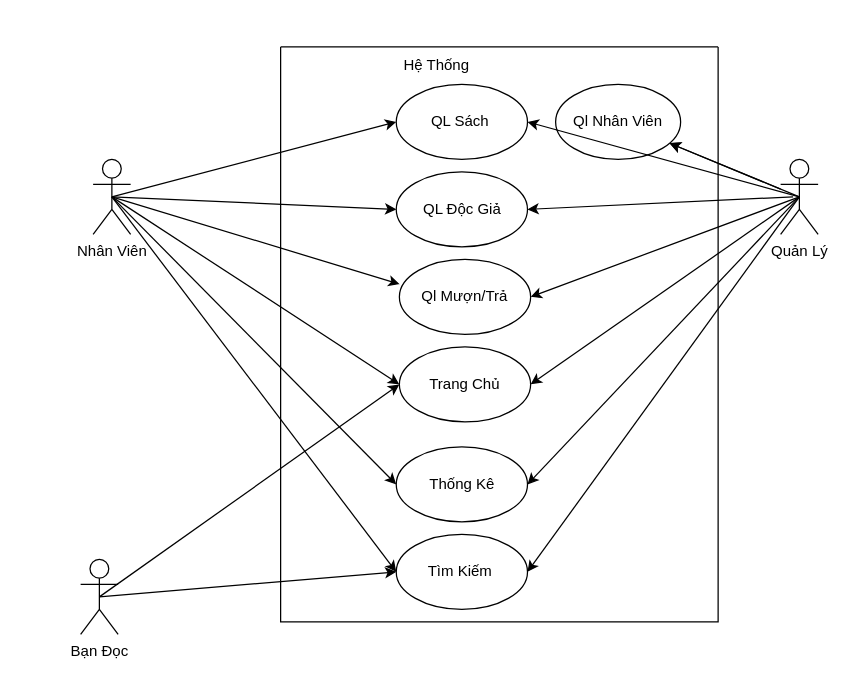
Above: page "USE CASE" (3 of 3) of Untitled Diagram.drawio in Ho-Nguyen-Quoc/Du_An_1 (draw.io), before the change. Source tidied: cells renumbered, new cells numbered last; positions are measured from the earlier drawing's top-left corner, leaving out a move shared by most shapes. Both pictures are drawn from the tidied source at 125%, with x=0, y=0 at pixel (80, 46).
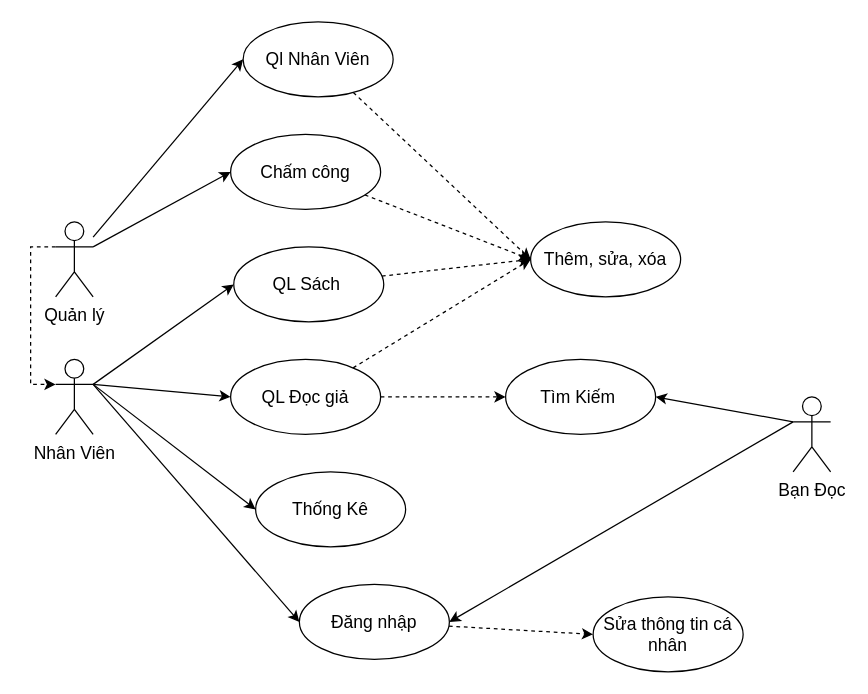
After the change.

The edit, as a diff of the source:
```diff
@@
-    <mxCell id="2" style="rounded=0;jettySize=auto;html=1;entryX=0;entryY=0.5;entryDx=0;entryDy=0;labelBackgroundColor=default;fontColor=default;strokeColor=default;exitX=0.5;exitY=0.5;exitDx=0;exitDy=0;exitPerimeter=0;" parent="1" edge="1" source="3" target="10">
+    <mxCell id="2" style="rounded=0;jettySize=auto;html=1;entryX=0;entryY=0.5;entryDx=0;entryDy=0;labelBackgroundColor=default;fontColor=default;strokeColor=default;exitX=1;exitY=0.3333333333333333;exitDx=0;exitDy=0;exitPerimeter=0;" parent="1" edge="1" source="3" target="10">
       <mxGeometry relative="1" as="geometry" />
     </mxCell>
+    <mxCell id="30" style="edgeStyle=none;rounded=0;jettySize=auto;html=1;exitX=1;exitY=0.3333333333333333;exitDx=0;exitDy=0;exitPerimeter=0;entryX=0;entryY=0.5;entryDx=0;entryDy=0;fontSize=14;" parent="1" edge="1" source="3" target="40">
+      <mxGeometry relative="1" as="geometry" />
+    </mxCell>
-    <mxCell id="3" value="Nhân Viên" style="shape=umlActor;verticalLabelPosition=bottom;verticalAlign=top;html=1;fillColor=default;strokeColor=default;fontColor=default;" parent="1" vertex="1">
-      <mxGeometry x="10" y="90" width="30" height="60" as="geometry" />
+    <mxCell id="3" value="Nhân Viên" style="shape=umlActor;verticalLabelPosition=bottom;verticalAlign=top;html=1;fillColor=default;strokeColor=default;fontColor=default;fontSize=14;" parent="1" vertex="1">
+      <mxGeometry x="-20" y="250" width="30" height="60" as="geometry" />
     </mxCell>
-    <mxCell id="4" style="edgeStyle=none;rounded=0;jettySize=auto;html=1;labelBackgroundColor=default;fontColor=default;strokeColor=default;" parent="1" edge="1" source="6" target="16">
-      <mxGeometry relative="1" as="geometry" />
-    </mxCell>
-    <mxCell id="5" style="edgeStyle=none;rounded=0;jettySize=auto;html=1;labelBackgroundColor=default;fontColor=default;strokeColor=default;exitX=0.5;exitY=0.5;exitDx=0;exitDy=0;exitPerimeter=0;" parent="1" edge="1" source="6" target="16">
-      <mxGeometry relative="1" as="geometry" />
-    </mxCell>
-    <mxCell id="6" value="Quản Lý" style="shape=umlActor;verticalLabelPosition=bottom;verticalAlign=top;html=1;fillColor=default;strokeColor=default;fontColor=default;" parent="1" vertex="1">
-      <mxGeometry x="560" y="90" width="30" height="60" as="geometry" />
-    </mxCell>
+    <mxCell id="31" style="edgeStyle=none;rounded=0;jettySize=auto;html=1;exitX=0;exitY=0.3333333333333333;exitDx=0;exitDy=0;exitPerimeter=0;fontSize=14;entryX=1;entryY=0.5;entryDx=0;entryDy=0;" parent="1" edge="1" source="7" target="13">
+      <mxGeometry relative="1" as="geometry" />
+    </mxCell>
+    <mxCell id="32" style="edgeStyle=none;rounded=0;jettySize=auto;html=1;exitX=0;exitY=0.3333333333333333;exitDx=0;exitDy=0;exitPerimeter=0;entryX=1;entryY=0.5;entryDx=0;entryDy=0;fontSize=14;" parent="1" edge="1" source="7" target="40">
+      <mxGeometry relative="1" as="geometry" />
+    </mxCell>
-    <mxCell id="7" value="Bạn Đọc" style="shape=umlActor;verticalLabelPosition=bottom;verticalAlign=top;html=1;fillColor=default;strokeColor=default;fontColor=default;" parent="1" vertex="1">
-      <mxGeometry y="410" width="30" height="60" as="geometry" />
+    <mxCell id="7" value="Bạn Đọc" style="shape=umlActor;verticalLabelPosition=bottom;verticalAlign=top;html=1;fillColor=default;strokeColor=default;fontColor=default;fontSize=14;" parent="1" vertex="1">
+      <mxGeometry x="570" y="280" width="30" height="60" as="geometry" />
     </mxCell>
-    <mxCell id="8" style="swimlane;startSize=0;fontColor=default;strokeColor=default;fillColor=default;" parent="1" vertex="1">
-      <mxGeometry x="160" width="350" height="460" as="geometry" />
-    </mxCell>
-    <mxCell id="9" value="Hệ Thống" style="text;html=1;strokeColor=none;fillColor=none;align=center;verticalAlign=middle;whiteSpace=wrap;rounded=0;fontColor=default;" parent="8" vertex="1">
-      <mxGeometry x="95" width="60" height="30" as="geometry" />
-    </mxCell>
+    <mxCell id="33" style="edgeStyle=none;rounded=0;jettySize=auto;html=1;entryX=0;entryY=0.5;entryDx=0;entryDy=0;dashed=1;fontSize=14;" parent="1" edge="1" source="10" target="47">
+      <mxGeometry relative="1" as="geometry" />
+    </mxCell>
-    <mxCell id="10" value="QL Sách&amp;nbsp;" style="ellipse;whiteSpace=wrap;html=1;fontColor=default;strokeColor=default;fillColor=default;" parent="8" vertex="1">
-      <mxGeometry x="92.5" y="30" width="105" height="60" as="geometry" />
+    <mxCell id="10" value="QL Sách&amp;nbsp;" style="ellipse;whiteSpace=wrap;html=1;fontColor=default;strokeColor=default;fillColor=default;fontSize=14;" parent="1" vertex="1">
+      <mxGeometry x="122.5" y="160" width="120" height="60" as="geometry" />
     </mxCell>
-    <mxCell id="11" value="QL Độc Giả" style="ellipse;whiteSpace=wrap;html=1;fontColor=default;strokeColor=default;fillColor=default;" parent="8" vertex="1">
-      <mxGeometry x="92.5" y="100" width="105" height="60" as="geometry" />
-    </mxCell>
-    <mxCell id="12" value="Ql Mượn/Trả" style="ellipse;whiteSpace=wrap;html=1;fontColor=default;strokeColor=default;fillColor=default;" parent="8" vertex="1">
-      <mxGeometry x="95" y="170" width="105" height="60" as="geometry" />
-    </mxCell>
+    <mxCell id="34" style="edgeStyle=none;rounded=0;jettySize=auto;html=1;entryX=0;entryY=0.5;entryDx=0;entryDy=0;dashed=1;fontSize=14;" parent="1" edge="1" source="35" target="47">
+      <mxGeometry relative="1" as="geometry" />
+    </mxCell>
+    <mxCell id="35" value="QL Đọc giả" style="ellipse;whiteSpace=wrap;html=1;fontColor=default;strokeColor=default;fillColor=default;fontSize=14;" parent="1" vertex="1">
+      <mxGeometry x="120" y="250" width="120" height="60" as="geometry" />
+    </mxCell>
+    <mxCell id="36" style="edgeStyle=none;rounded=0;jettySize=auto;html=1;exitX=1;exitY=0.5;exitDx=0;exitDy=0;dashed=1;fontSize=14;" parent="1" edge="1" source="35" target="13">
+      <mxGeometry relative="1" as="geometry" />
+    </mxCell>
-    <mxCell id="13" value="Tìm Kiếm&amp;nbsp;" style="ellipse;whiteSpace=wrap;html=1;fontColor=default;strokeColor=default;fillColor=default;" parent="8" vertex="1">
-      <mxGeometry x="92.5" y="390" width="105" height="60" as="geometry" />
+    <mxCell id="13" value="Tìm Kiếm&amp;nbsp;" style="ellipse;whiteSpace=wrap;html=1;fontColor=default;strokeColor=default;fillColor=default;fontSize=14;" parent="1" vertex="1">
+      <mxGeometry x="340" y="250" width="120" height="60" as="geometry" />
     </mxCell>
-    <mxCell id="14" value="Thống Kê" style="ellipse;whiteSpace=wrap;html=1;fontColor=default;strokeColor=default;fillColor=default;" parent="8" vertex="1">
-      <mxGeometry x="92.5" y="320" width="105" height="60" as="geometry" />
+    <mxCell id="14" value="Thống Kê" style="ellipse;whiteSpace=wrap;html=1;fontColor=default;strokeColor=default;fillColor=default;fontSize=14;" parent="1" vertex="1">
+      <mxGeometry x="140" y="340" width="120" height="60" as="geometry" />
     </mxCell>
-    <mxCell id="15" value="Trang Chủ" style="ellipse;whiteSpace=wrap;html=1;fontColor=default;strokeColor=default;fillColor=default;" parent="8" vertex="1">
-      <mxGeometry x="95" y="240" width="105" height="60" as="geometry" />
-    </mxCell>
+    <mxCell id="37" style="edgeStyle=none;rounded=0;jettySize=auto;html=1;entryX=0;entryY=0.5;entryDx=0;entryDy=0;dashed=1;fontSize=14;" parent="1" edge="1" source="16" target="47">
+      <mxGeometry relative="1" as="geometry" />
+    </mxCell>
-    <mxCell id="16" value="Ql Nhân Viên" style="ellipse;whiteSpace=wrap;html=1;fontColor=default;strokeColor=default;fillColor=default;" parent="8" vertex="1">
-      <mxGeometry x="220" y="30" width="100" height="60" as="geometry" />
+    <mxCell id="16" value="Ql Nhân Viên" style="ellipse;whiteSpace=wrap;html=1;fontColor=default;strokeColor=default;fillColor=default;fontSize=14;" parent="1" vertex="1">
+      <mxGeometry x="130" y="-20" width="120" height="60" as="geometry" />
     </mxCell>
-    <mxCell id="17" style="rounded=0;jettySize=auto;html=1;entryX=0;entryY=0.5;entryDx=0;entryDy=0;labelBackgroundColor=default;fontColor=default;strokeColor=default;exitX=0.5;exitY=0.5;exitDx=0;exitDy=0;exitPerimeter=0;" parent="1" edge="1" source="3" target="11">
-      <mxGeometry relative="1" as="geometry" />
-    </mxCell>
-    <mxCell id="18" style="rounded=0;jettySize=auto;html=1;entryX=0.002;entryY=0.33;entryDx=0;entryDy=0;labelBackgroundColor=default;fontColor=default;strokeColor=default;entryPerimeter=0;exitX=0.5;exitY=0.5;exitDx=0;exitDy=0;exitPerimeter=0;" parent="1" edge="1" source="3" target="12">
-      <mxGeometry relative="1" as="geometry" />
-    </mxCell>
-    <mxCell id="19" style="rounded=0;jettySize=auto;html=1;entryX=0;entryY=0.5;entryDx=0;entryDy=0;labelBackgroundColor=default;fontColor=default;strokeColor=default;exitX=0.5;exitY=0.5;exitDx=0;exitDy=0;exitPerimeter=0;" parent="1" edge="1" source="3" target="15">
-      <mxGeometry relative="1" as="geometry" />
-    </mxCell>
+    <mxCell id="38" style="rounded=0;jettySize=auto;html=1;entryX=0;entryY=0.5;entryDx=0;entryDy=0;labelBackgroundColor=default;fontColor=default;strokeColor=default;exitX=1;exitY=0.3333333333333333;exitDx=0;exitDy=0;exitPerimeter=0;" parent="1" edge="1" source="3" target="35">
+      <mxGeometry relative="1" as="geometry" />
+    </mxCell>
-    <mxCell id="20" style="rounded=0;jettySize=auto;html=1;entryX=0;entryY=0.5;entryDx=0;entryDy=0;labelBackgroundColor=default;fontColor=default;strokeColor=default;exitX=0.5;exitY=0.5;exitDx=0;exitDy=0;exitPerimeter=0;" parent="1" edge="1" source="3" target="14">
+    <mxCell id="20" style="rounded=0;jettySize=auto;html=1;entryX=0;entryY=0.5;entryDx=0;entryDy=0;labelBackgroundColor=default;fontColor=default;strokeColor=default;exitX=1;exitY=0.3333333333333333;exitDx=0;exitDy=0;exitPerimeter=0;" parent="1" edge="1" source="3" target="14">
       <mxGeometry relative="1" as="geometry" />
     </mxCell>
-    <mxCell id="21" style="rounded=0;jettySize=auto;html=1;entryX=0;entryY=0.5;entryDx=0;entryDy=0;labelBackgroundColor=default;fontColor=default;strokeColor=default;exitX=0.5;exitY=0.5;exitDx=0;exitDy=0;exitPerimeter=0;" parent="1" edge="1" source="3" target="13">
-      <mxGeometry relative="1" as="geometry" />
-    </mxCell>
-    <mxCell id="22" style="edgeStyle=none;rounded=0;jettySize=auto;html=1;labelBackgroundColor=default;fontColor=default;strokeColor=default;entryX=1;entryY=0.5;entryDx=0;entryDy=0;exitX=0.5;exitY=0.5;exitDx=0;exitDy=0;exitPerimeter=0;" parent="1" edge="1" source="6" target="10">
-      <mxGeometry relative="1" as="geometry" />
-    </mxCell>
-    <mxCell id="23" style="edgeStyle=none;rounded=0;jettySize=auto;html=1;labelBackgroundColor=default;fontColor=default;strokeColor=default;entryX=1;entryY=0.5;entryDx=0;entryDy=0;" parent="1" edge="1" target="11">
-      <mxGeometry relative="1" as="geometry">
-        <mxPoint x="570" y="120" as="sourcePoint" />
-      </mxGeometry>
-    </mxCell>
-    <mxCell id="24" style="edgeStyle=none;rounded=0;jettySize=auto;html=1;labelBackgroundColor=default;fontColor=default;strokeColor=default;entryX=1;entryY=0.5;entryDx=0;entryDy=0;exitX=0.5;exitY=0.5;exitDx=0;exitDy=0;exitPerimeter=0;" parent="1" edge="1" source="6" target="12">
-      <mxGeometry relative="1" as="geometry" />
-    </mxCell>
-    <mxCell id="25" style="edgeStyle=none;rounded=0;jettySize=auto;html=1;labelBackgroundColor=default;fontColor=default;strokeColor=default;entryX=1;entryY=0.5;entryDx=0;entryDy=0;exitX=0.5;exitY=0.5;exitDx=0;exitDy=0;exitPerimeter=0;" parent="1" edge="1" source="6" target="15">
-      <mxGeometry relative="1" as="geometry" />
-    </mxCell>
-    <mxCell id="26" style="edgeStyle=none;rounded=0;jettySize=auto;html=1;labelBackgroundColor=default;fontColor=default;strokeColor=default;entryX=1;entryY=0.5;entryDx=0;entryDy=0;exitX=0.5;exitY=0.5;exitDx=0;exitDy=0;exitPerimeter=0;" parent="1" edge="1" source="6" target="14">
-      <mxGeometry relative="1" as="geometry" />
-    </mxCell>
-    <mxCell id="27" style="edgeStyle=none;rounded=0;jettySize=auto;html=1;labelBackgroundColor=default;fontColor=default;strokeColor=default;entryX=1;entryY=0.5;entryDx=0;entryDy=0;exitX=0.5;exitY=0.5;exitDx=0;exitDy=0;exitPerimeter=0;" parent="1" edge="1" source="6" target="13">
-      <mxGeometry relative="1" as="geometry" />
-    </mxCell>
-    <mxCell id="28" style="rounded=0;jettySize=auto;html=1;entryX=0;entryY=0.5;entryDx=0;entryDy=0;labelBackgroundColor=default;fontColor=default;strokeColor=default;" parent="1" edge="1" target="13">
-      <mxGeometry relative="1" as="geometry">
-        <mxPoint x="15" y="440" as="sourcePoint" />
-      </mxGeometry>
-    </mxCell>
-    <mxCell id="29" style="rounded=0;jettySize=auto;html=1;entryX=0;entryY=0.5;entryDx=0;entryDy=0;labelBackgroundColor=default;fontColor=default;strokeColor=default;exitX=0.5;exitY=0.5;exitDx=0;exitDy=0;exitPerimeter=0;" parent="1" edge="1" source="7" target="15">
-      <mxGeometry relative="1" as="geometry" />
-    </mxCell>
+    <mxCell id="39" style="edgeStyle=none;rounded=0;jettySize=auto;html=1;entryX=0;entryY=0.5;entryDx=0;entryDy=0;dashed=1;fontSize=14;" parent="1" edge="1" source="40" target="48">
+      <mxGeometry relative="1" as="geometry" />
+    </mxCell>
+    <mxCell id="40" value="Đăng nhập" style="ellipse;whiteSpace=wrap;html=1;fontColor=default;strokeColor=default;fillColor=default;fontSize=14;" parent="1" vertex="1">
+      <mxGeometry x="175" y="430" width="120" height="60" as="geometry" />
+    </mxCell>
+    <mxCell id="41" style="rounded=0;jettySize=auto;html=1;entryX=0;entryY=0.5;entryDx=0;entryDy=0;dashed=1;fontSize=14;" parent="1" edge="1" source="42" target="47">
+      <mxGeometry relative="1" as="geometry" />
+    </mxCell>
+    <mxCell id="42" value="Chấm công" style="ellipse;whiteSpace=wrap;html=1;fontColor=default;strokeColor=default;fillColor=default;fontSize=14;" parent="1" vertex="1">
+      <mxGeometry x="120" y="70" width="120" height="60" as="geometry" />
+    </mxCell>
+    <mxCell id="43" style="rounded=0;jettySize=auto;html=1;entryX=0;entryY=0.5;entryDx=0;entryDy=0;fontSize=14;" parent="1" edge="1" source="46" target="16">
+      <mxGeometry relative="1" as="geometry" />
+    </mxCell>
+    <mxCell id="44" style="edgeStyle=none;rounded=0;jettySize=auto;html=1;exitX=1;exitY=0.3333333333333333;exitDx=0;exitDy=0;exitPerimeter=0;entryX=0;entryY=0.5;entryDx=0;entryDy=0;fontSize=14;" parent="1" edge="1" source="46" target="42">
+      <mxGeometry relative="1" as="geometry" />
+    </mxCell>
+    <mxCell id="45" style="edgeStyle=orthogonalEdgeStyle;rounded=0;jettySize=auto;html=1;exitX=0;exitY=0.3333333333333333;exitDx=0;exitDy=0;exitPerimeter=0;entryX=0;entryY=0.3333333333333333;entryDx=0;entryDy=0;entryPerimeter=0;fontSize=14;dashed=1;" parent="1" edge="1" source="46" target="3">
+      <mxGeometry relative="1" as="geometry" />
+    </mxCell>
+    <mxCell id="46" value="Quản lý" style="shape=umlActor;verticalLabelPosition=bottom;verticalAlign=top;html=1;outlineConnect=0;fontSize=14;" parent="1" vertex="1">
+      <mxGeometry x="-20" y="140" width="30" height="60" as="geometry" />
+    </mxCell>
+    <mxCell id="47" value="Thêm, sửa, xóa" style="ellipse;whiteSpace=wrap;html=1;fontColor=default;strokeColor=default;fillColor=default;fontSize=14;" parent="1" vertex="1">
+      <mxGeometry x="360" y="140" width="120" height="60" as="geometry" />
+    </mxCell>
+    <mxCell id="48" value="Sửa thông tin cá nhân" style="ellipse;whiteSpace=wrap;html=1;fontColor=default;strokeColor=default;fillColor=default;fontSize=14;" parent="1" vertex="1">
+      <mxGeometry x="410" y="440" width="120" height="60" as="geometry" />
+    </mxCell>
```
